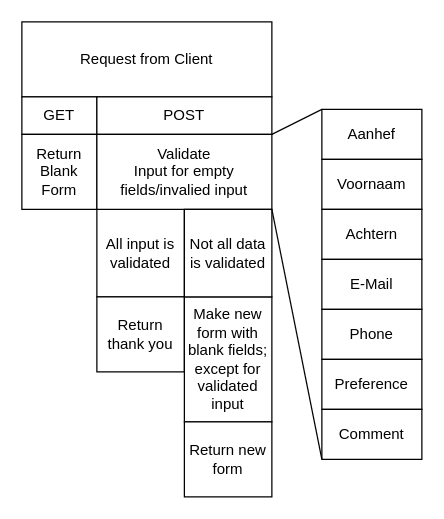
userieur/educom-webshop-basis keeps this draw.io diagram as Diagrams/first.drawio. Above is the earlier version. Source tidied: cells renumbered, new cells numbered last; positions are measured from the earlier drawing's top-left corner, leaving out a move shared by most shapes. Both pictures are drawn from the tidied source at 125%, with x=0, y=0 at pixel (21, 21).
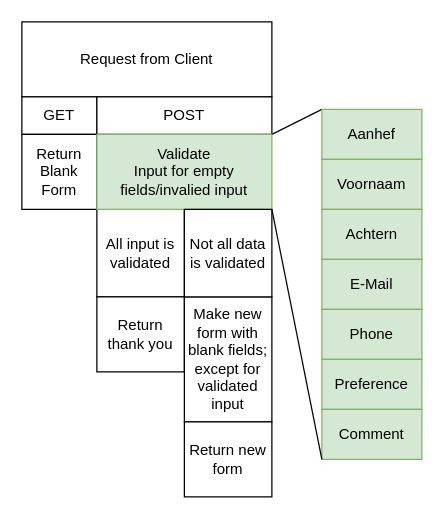
The same diagram, later.

Commit message (it also covers changes not shown here):
#4 kleurtje gebruikt

Change to the diagram source:
```diff
@@
-    <mxCell id="10" value="Aanhef" style="whiteSpace=wrap;html=1;" parent="1" vertex="1">
+    <mxCell id="10" value="Aanhef" style="whiteSpace=wrap;html=1;fillColor=#d5e8d4;strokeColor=#82b366;" parent="1" vertex="1">
       <mxGeometry x="240" y="70" width="80" height="40" as="geometry" />
     </mxCell>
@@
-    <mxCell id="13" value="Validate&lt;br&gt;Input for empty fields/invalied input" style="whiteSpace=wrap;html=1;" parent="1" vertex="1">
+    <mxCell id="13" value="Validate&lt;br&gt;Input for empty fields/invalied input" style="whiteSpace=wrap;html=1;fillColor=#d5e8d4;strokeColor=#82b366;" parent="1" vertex="1">
       <mxGeometry x="60" y="90" width="140" height="60" as="geometry" />
     </mxCell>
-    <mxCell id="14" value="Voornaam" style="whiteSpace=wrap;html=1;" parent="1" vertex="1">
+    <mxCell id="14" value="Voornaam" style="whiteSpace=wrap;html=1;fillColor=#d5e8d4;strokeColor=#82b366;" parent="1" vertex="1">
       <mxGeometry x="240" y="110" width="80" height="40" as="geometry" />
     </mxCell>
-    <mxCell id="15" value="Achtern" style="whiteSpace=wrap;html=1;" parent="1" vertex="1">
+    <mxCell id="15" value="Achtern" style="whiteSpace=wrap;html=1;fillColor=#d5e8d4;strokeColor=#82b366;" parent="1" vertex="1">
       <mxGeometry x="240" y="150" width="80" height="40" as="geometry" />
     </mxCell>
-    <mxCell id="16" value="E-Mail" style="whiteSpace=wrap;html=1;" parent="1" vertex="1">
+    <mxCell id="16" value="E-Mail" style="whiteSpace=wrap;html=1;fillColor=#d5e8d4;strokeColor=#82b366;" parent="1" vertex="1">
       <mxGeometry x="240" y="190" width="80" height="40" as="geometry" />
     </mxCell>
-    <mxCell id="17" value="Phone" style="whiteSpace=wrap;html=1;" parent="1" vertex="1">
+    <mxCell id="17" value="Phone" style="whiteSpace=wrap;html=1;fillColor=#d5e8d4;strokeColor=#82b366;" parent="1" vertex="1">
       <mxGeometry x="240" y="230" width="80" height="40" as="geometry" />
     </mxCell>
-    <mxCell id="18" value="Preference" style="whiteSpace=wrap;html=1;" parent="1" vertex="1">
+    <mxCell id="18" value="Preference" style="whiteSpace=wrap;html=1;fillColor=#d5e8d4;strokeColor=#82b366;" parent="1" vertex="1">
       <mxGeometry x="240" y="270" width="80" height="40" as="geometry" />
     </mxCell>
-    <mxCell id="19" value="Comment" style="whiteSpace=wrap;html=1;" parent="1" vertex="1">
+    <mxCell id="19" value="Comment" style="whiteSpace=wrap;html=1;fillColor=#d5e8d4;strokeColor=#82b366;" parent="1" vertex="1">
       <mxGeometry x="240" y="310" width="80" height="40" as="geometry" />
     </mxCell>
```
